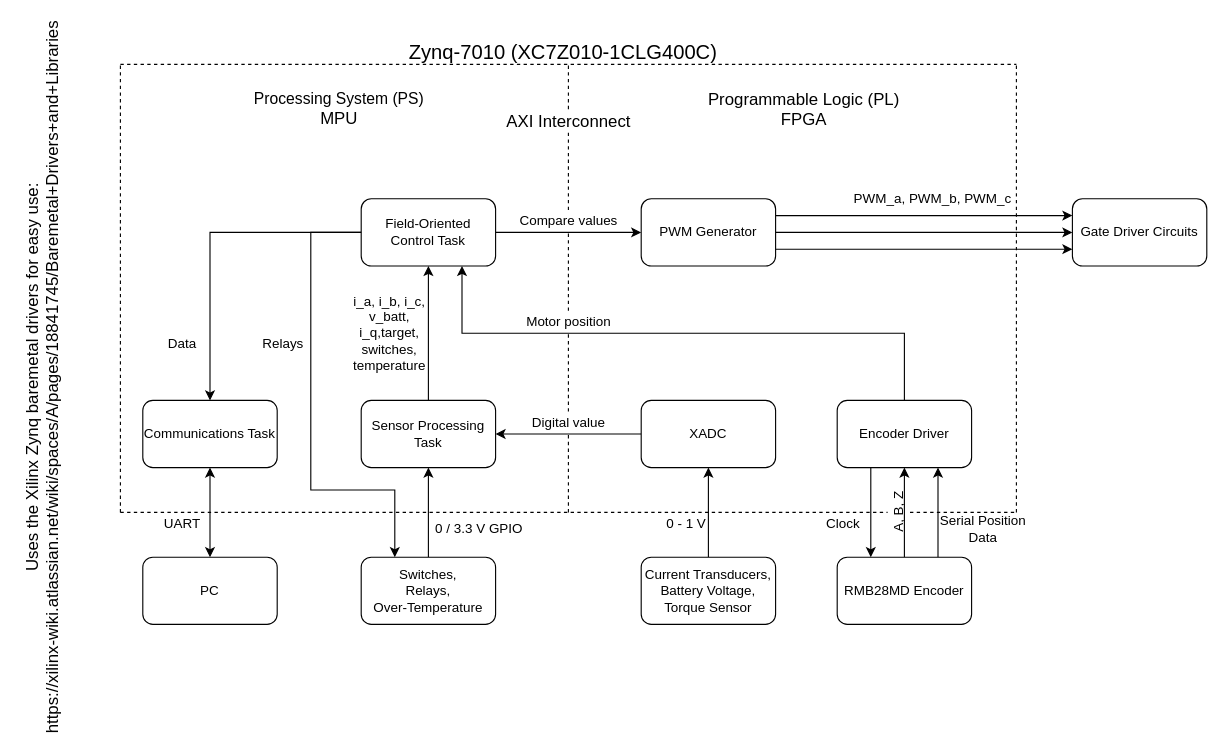
This is page "Software Overview" (2 of 5) of Overview/ElectricGoKart.drawio from SR-Madsen/ElectricGoKart, a draw.io file, before an edit. Source tidied: cells renumbered, new cells numbered last; positions are measured from the earlier drawing's top-left corner, leaving out a move shared by most shapes. Both pictures are drawn from the tidied source at 112%, with x=0, y=0 at pixel (-317, 41).
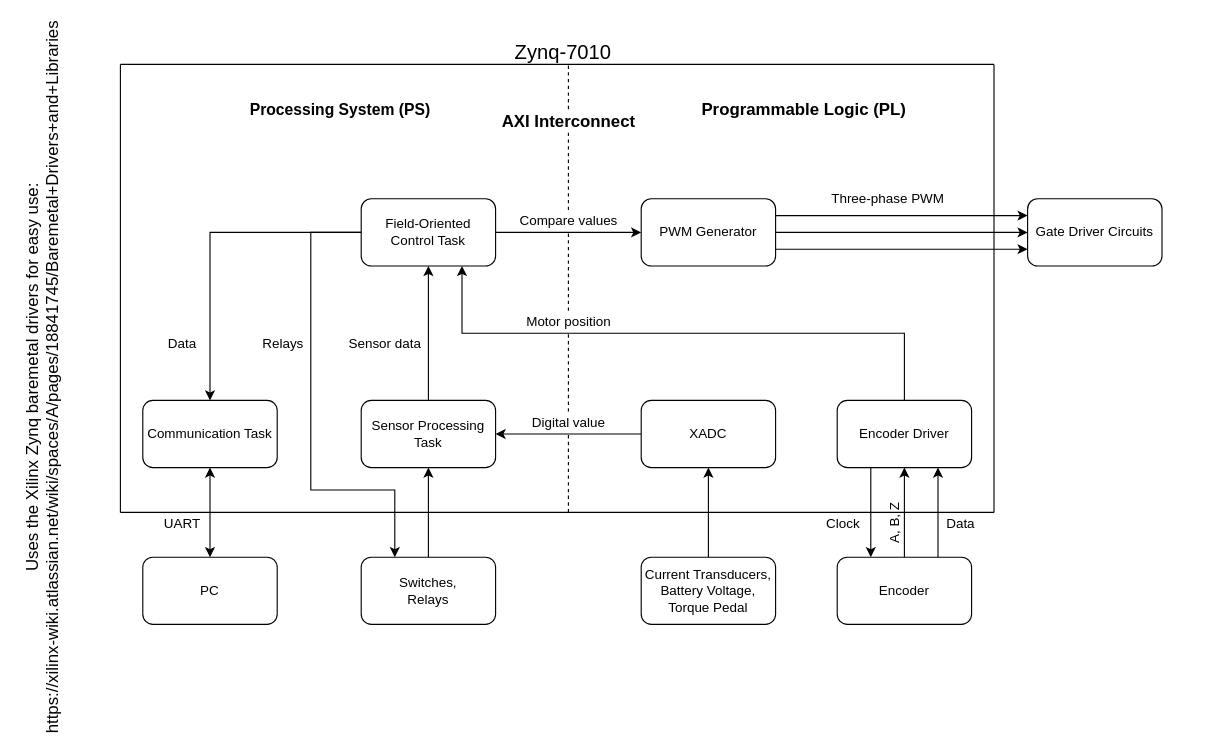
The same diagram, later.

The change refers to these unchanged cells:
```xml
<mxCell id="23" value="PWM Generator" style="whiteSpace=wrap;html=1;rounded=1;" parent="1" vertex="1">
  <mxGeometry x="855" y="140" width="120" height="60" as="geometry" />
</mxCell>
```

Change to the diagram source:
```diff
@@
-    <mxCell id="2" value="&lt;div&gt;&lt;font style=&quot;font-size: 15px&quot;&gt;Programmable Logic (PL)&lt;/font&gt;&lt;/div&gt;&lt;font style=&quot;font-size: 15px&quot;&gt;FPGA&lt;/font&gt;" style="text;html=1;align=center;verticalAlign=middle;" parent="1" vertex="1">
-      <mxGeometry x="910" y="40" width="180" height="40" as="geometry" />
+    <mxCell id="2" value="&lt;div&gt;&lt;font style=&quot;font-size: 15px&quot;&gt;Programmable Logic (PL)&lt;/font&gt;&lt;/div&gt;&lt;font style=&quot;font-size: 15px&quot;&gt;&lt;/font&gt;" style="text;html=1;align=center;verticalAlign=middle;fontStyle=1;" parent="1" vertex="1">
+      <mxGeometry x="906" y="50" width="188" height="20" as="geometry" />
     </mxCell>
@@
-    <mxCell id="4" value="&lt;div&gt;&lt;font style=&quot;font-size: 14px&quot;&gt;Processing System (PS)&lt;/font&gt;&lt;/div&gt;&lt;font style=&quot;font-size: 15px&quot;&gt;MPU&lt;/font&gt;" style="text;html=1;align=center;verticalAlign=middle;" parent="1" vertex="1">
-      <mxGeometry x="500" y="40" width="170" height="40" as="geometry" />
+    <mxCell id="4" value="&lt;div&gt;&lt;font style=&quot;font-size: 14px&quot;&gt;Processing System (PS)&lt;/font&gt;&lt;/div&gt;&lt;font style=&quot;font-size: 15px&quot;&gt;&lt;/font&gt;" style="text;html=1;align=center;verticalAlign=middle;fontStyle=1;" parent="1" vertex="1">
+      <mxGeometry x="498" y="51" width="175" height="19" as="geometry" />
     </mxCell>
@@
-    <mxCell id="13" style="endArrow=none;dashed=1;html=1;" parent="1" edge="1">
+    <mxCell id="13" style="endArrow=none;html=1;" parent="1" edge="1">
       <mxGeometry relative="1" as="geometry">
         <mxPoint x="390" y="20" as="sourcePoint" />
-        <mxPoint x="1190" y="20" as="targetPoint" />
+        <mxPoint x="1170" y="20" as="targetPoint" />
       </mxGeometry>
     </mxCell>
-    <mxCell id="14" style="endArrow=none;dashed=1;html=1;" parent="1" edge="1">
+    <mxCell id="14" style="endArrow=none;html=1;" parent="1" edge="1">
       <mxGeometry relative="1" as="geometry">
         <mxPoint x="390" y="420" as="sourcePoint" />
         <mxPoint x="390" y="20" as="targetPoint" />
       </mxGeometry>
     </mxCell>
-    <mxCell id="15" style="endArrow=none;dashed=1;html=1;" parent="1" edge="1" source="45">
+    <mxCell id="15" style="endArrow=none;html=1;" parent="1" edge="1">
       <mxGeometry relative="1" as="geometry">
-        <mxPoint x="1190" y="420" as="targetPoint" />
+        <mxPoint x="1070" y="420" as="sourcePoint" />
+        <mxPoint x="1170" y="420" as="targetPoint" />
       </mxGeometry>
     </mxCell>
-    <mxCell id="16" style="endArrow=none;dashed=1;html=1;" parent="1" edge="1">
+    <mxCell id="16" style="endArrow=none;html=1;" parent="1" edge="1">
       <mxGeometry relative="1" as="geometry">
-        <mxPoint x="1190" y="420" as="sourcePoint" />
-        <mxPoint x="1190" y="20" as="targetPoint" />
+        <mxPoint x="1170" y="420" as="sourcePoint" />
+        <mxPoint x="1170" y="20" as="targetPoint" />
       </mxGeometry>
     </mxCell>
-    <mxCell id="17" value="&lt;font style=&quot;font-size: 15px&quot;&gt;AXI Interconnect&lt;/font&gt;" style="text;html=1;align=center;verticalAlign=middle;points=[];" parent="1" vertex="1">
-      <mxGeometry x="730" y="60" width="120" height="20" as="geometry" />
+    <mxCell id="17" value="&lt;font style=&quot;font-size: 15px&quot;&gt;AXI Interconnect&lt;/font&gt;" style="text;html=1;align=center;verticalAlign=middle;points=[];fontStyle=1;" parent="1" vertex="1">
+      <mxGeometry x="725" y="60" width="130" height="20" as="geometry" />
     </mxCell>
@@
-    <mxCell id="19" value="&lt;font style=&quot;font-size: 18px&quot;&gt;Zynq-7010 (XC7Z010-1CLG400C)&lt;/font&gt;" style="text;html=1;align=center;verticalAlign=middle;" parent="1" vertex="1">
-      <mxGeometry x="640" width="290" height="20" as="geometry" />
+    <mxCell id="19" value="&lt;font style=&quot;font-size: 18px&quot;&gt;Zynq-7010&lt;br&gt;&lt;/font&gt;" style="text;html=1;align=center;verticalAlign=middle;" parent="1" vertex="1">
+      <mxGeometry x="735" width="100" height="20" as="geometry" />
     </mxCell>
-    <mxCell id="20" style="edgeStyle=orthogonalEdgeStyle;rounded=0;jettySize=auto;html=1;exitX=1;exitY=0.25;exitDx=0;exitDy=0;" parent="1" edge="1" source="23">
-      <mxGeometry relative="1" as="geometry">
-        <mxPoint x="1240" y="155" as="targetPoint" />
-      </mxGeometry>
+    <mxCell id="20" style="edgeStyle=orthogonalEdgeStyle;rounded=0;jettySize=auto;html=1;exitX=1;exitY=0.25;exitDx=0;exitDy=0;entryX=0;entryY=0.25;entryDx=0;entryDy=0;" parent="1" edge="1" source="23" target="26">
+      <mxGeometry relative="1" as="geometry" />
     </mxCell>
-    <mxCell id="21" style="edgeStyle=orthogonalEdgeStyle;rounded=0;jettySize=auto;html=1;exitX=1;exitY=0.5;exitDx=0;exitDy=0;" parent="1" edge="1" source="23">
-      <mxGeometry relative="1" as="geometry">
-        <mxPoint x="1240" y="170" as="targetPoint" />
-      </mxGeometry>
+    <mxCell id="21" style="edgeStyle=orthogonalEdgeStyle;rounded=0;jettySize=auto;html=1;exitX=1;exitY=0.5;exitDx=0;exitDy=0;entryX=0;entryY=0.5;entryDx=0;entryDy=0;" parent="1" edge="1" source="23" target="26">
+      <mxGeometry relative="1" as="geometry" />
     </mxCell>
-    <mxCell id="22" style="edgeStyle=orthogonalEdgeStyle;rounded=0;jettySize=auto;html=1;exitX=1;exitY=0.75;exitDx=0;exitDy=0;" parent="1" edge="1" source="23">
-      <mxGeometry relative="1" as="geometry">
-        <mxPoint x="1240" y="185" as="targetPoint" />
-      </mxGeometry>
+    <mxCell id="22" style="edgeStyle=orthogonalEdgeStyle;rounded=0;jettySize=auto;html=1;exitX=1;exitY=0.75;exitDx=0;exitDy=0;entryX=0;entryY=0.75;entryDx=0;entryDy=0;" parent="1" edge="1" source="23" target="26">
+      <mxGeometry relative="1" as="geometry" />
     </mxCell>
@@
-    <mxCell id="25" value="&lt;div&gt;Current Transducers,&lt;/div&gt;&lt;div&gt;Battery Voltage,&lt;/div&gt;&lt;div&gt;Torque Sensor&lt;br&gt;&lt;/div&gt;" style="whiteSpace=wrap;html=1;rounded=1;" parent="1" vertex="1">
+    <mxCell id="25" value="&lt;div&gt;Current Transducers,&lt;/div&gt;&lt;div&gt;Battery Voltage,&lt;/div&gt;&lt;div&gt;Torque Pedal&lt;br&gt;&lt;/div&gt;" style="whiteSpace=wrap;html=1;rounded=1;" parent="1" vertex="1">
       <mxGeometry x="855" y="460" width="120" height="60" as="geometry" />
     </mxCell>
     <mxCell id="26" value="Gate Driver Circuits" style="rounded=1;whiteSpace=wrap;html=1;" parent="1" vertex="1">
-      <mxGeometry x="1240" y="140" width="120" height="60" as="geometry" />
+      <mxGeometry x="1200" y="140" width="120" height="60" as="geometry" />
     </mxCell>
-    <mxCell id="27" value="PWM_a, PWM_b, PWM_c" style="text;html=1;align=center;verticalAlign=middle;" parent="1" vertex="1">
-      <mxGeometry x="1040" y="130" width="150" height="20" as="geometry" />
+    <mxCell id="27" value="Three-phase PWM" style="text;html=1;align=center;verticalAlign=middle;" parent="1" vertex="1">
+      <mxGeometry x="1015" y="130" width="120" height="20" as="geometry" />
     </mxCell>
@@
-    <mxCell id="33" value="RMB28MD Encoder" style="rounded=1;whiteSpace=wrap;html=1;" parent="1" vertex="1">
+    <mxCell id="33" value="Encoder" style="rounded=1;whiteSpace=wrap;html=1;" parent="1" vertex="1">
       <mxGeometry x="1030" y="460" width="120" height="60" as="geometry" />
     </mxCell>
-    <mxCell id="34" value="&lt;div&gt;Serial Position&lt;/div&gt;&lt;div&gt;Data&lt;br&gt;&lt;/div&gt;" style="text;html=1;align=center;verticalAlign=middle;" parent="1" vertex="1">
-      <mxGeometry x="1110" y="420" width="100" height="30" as="geometry" />
+    <mxCell id="34" value="Data" style="text;html=1;align=center;verticalAlign=middle;" parent="1" vertex="1">
+      <mxGeometry x="1120" y="420" width="40" height="20" as="geometry" />
     </mxCell>
@@
-    <mxCell id="37" value="&lt;div&gt;i_a, i_b, i_c,&lt;/div&gt;&lt;div&gt;v_batt,&lt;/div&gt;&lt;div&gt;i_q,target,&lt;/div&gt;&lt;div&gt;switches,&lt;/div&gt;&lt;div&gt;temperature&lt;br&gt;&lt;/div&gt;" style="text;html=1;align=center;verticalAlign=middle;" parent="1" vertex="1">
-      <mxGeometry x="590" y="220" width="80" height="80" as="geometry" />
-    </mxCell>
-    <mxCell id="38" value="0 - 1 V" style="text;html=1;align=center;verticalAlign=middle;" parent="1" vertex="1">
-      <mxGeometry x="870" y="420" width="50" height="20" as="geometry" />
-    </mxCell>
@@
-    <mxCell id="41" value="&lt;div&gt;Switches,&lt;/div&gt;&lt;div&gt;Relays,&lt;/div&gt;&lt;div&gt;Over-Temperature&lt;br&gt;&lt;/div&gt;" style="rounded=1;whiteSpace=wrap;html=1;fontSize=12;" parent="1" vertex="1">
+    <mxCell id="41" value="&lt;div&gt;Switches,&lt;/div&gt;&lt;div&gt;Relays&lt;/div&gt;" style="rounded=1;whiteSpace=wrap;html=1;fontSize=12;" parent="1" vertex="1">
       <mxGeometry x="605" y="460" width="120" height="60" as="geometry" />
     </mxCell>
-    <mxCell id="42" value="0 / 3.3 V GPIO" style="text;html=1;align=center;verticalAlign=middle;fontSize=12;" parent="1" vertex="1">
-      <mxGeometry x="665" y="425" width="90" height="20" as="geometry" />
-    </mxCell>
@@
-    <mxCell id="45" value="A, B, Z" style="text;html=1;align=center;verticalAlign=middle;points=[];direction=west;rotation=270;" parent="1" vertex="1">
-      <mxGeometry x="1060" y="410" width="50" height="20" as="geometry" />
-    </mxCell>
-    <mxCell id="46" style="endArrow=none;dashed=1;html=1;" parent="1" edge="1" target="45">
+    <mxCell id="46" style="endArrow=none;html=1;" parent="1" edge="1">
       <mxGeometry relative="1" as="geometry">
         <mxPoint x="390" y="420" as="sourcePoint" />
+        <mxPoint x="1070" y="420" as="targetPoint" />
       </mxGeometry>
     </mxCell>
@@
-    <mxCell id="48" value="Communications Task" style="rounded=1;whiteSpace=wrap;html=1;" parent="1" vertex="1">
+    <mxCell id="48" value="Communication Task" style="rounded=1;whiteSpace=wrap;html=1;" parent="1" vertex="1">
       <mxGeometry x="410" y="320" width="120" height="60" as="geometry" />
     </mxCell>
@@
+    <mxCell id="45" value="A, B, Z" style="text;html=1;align=center;verticalAlign=middle;points=[];direction=east;rotation=270;" parent="1" vertex="1">
+      <mxGeometry x="1057" y="420" width="50" height="20" as="geometry" />
+    </mxCell>
+    <mxCell id="56" value="Sensor data" style="text;html=1;align=center;verticalAlign=middle;fontSize=12;" parent="1" vertex="1">
+      <mxGeometry x="587" y="261" width="77" height="18" as="geometry" />
+    </mxCell>
```
